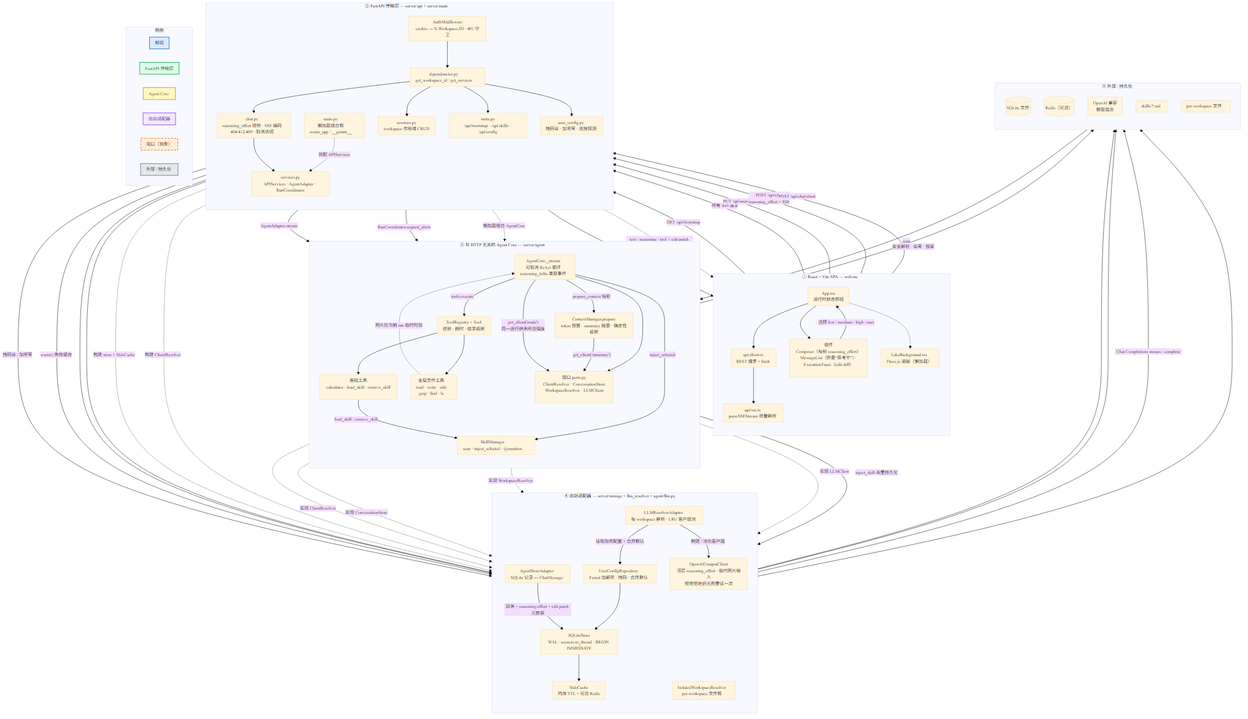
Before: docs/architecture.png, a diagram exported from Mermaid (QQYmake/wenqv). Its source is kept beside it as docs/architecture.mmd.
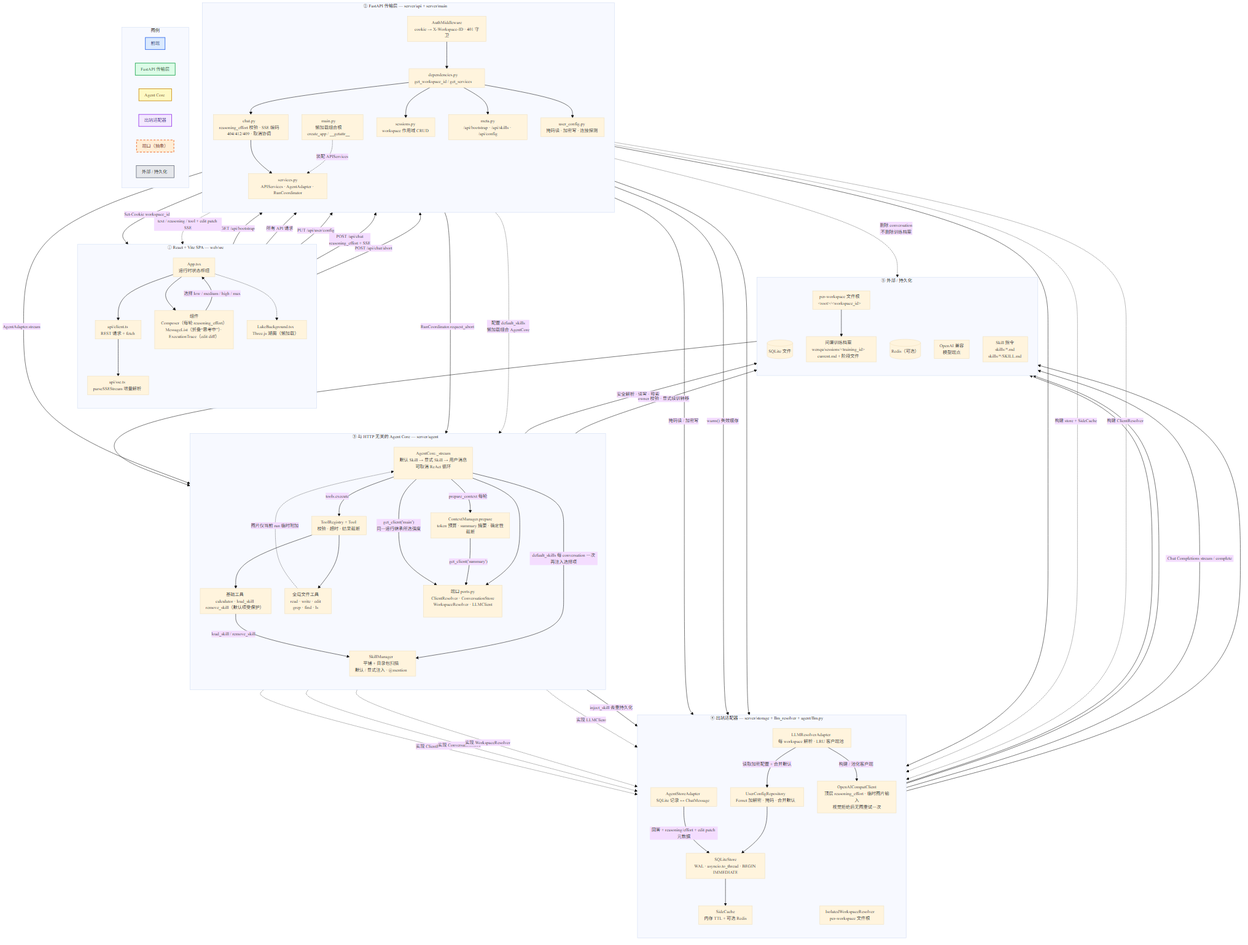
After the change.

Change to the diagram source:
```diff
@@ -30,11 +30,11 @@
 
     subgraph CORE["③ 与 HTTP 无关的 Agent Core — server/agent"]
         direction TB
-        ACORE["AgentCore._stream<br/>可取消 ReAct 循环<br/>reasoning_delta 类型事件"]
+        ACORE["AgentCore._stream<br/>默认 Skill → 显式 Skill → 用户消息<br/>可取消 ReAct 循环"]
         CTX["ContextManager.prepare<br/>token 预算 · summary 摘要 · 确定性截断"]
-        SKILL["SkillManager<br/>scan · inject_selected · @mention"]
+        SKILL["SkillManager<br/>平铺 + 目录包扫描<br/>默认 / 显式注入 · @mention"]
         REG["ToolRegistry + Tool<br/>校验 · 超时 · 结果截断"]
-        TOOLS["基础工具<br/>calculator · load_skill · remove_skill"]
+        TOOLS["基础工具<br/>calculator · load_skill<br/>remove_skill（默认项受保护）"]
         FILETOOLS["全局文件工具<br/>read · write · edit<br/>grep · find · ls"]
         PORTS["端口 ports.py<br/>ClientResolver · ConversationStore<br/>WorkspaceResolver · LLMClient"]
     end
@@ -55,8 +55,9 @@
         DB[("SQLite 文件")]
         REDIS[("Redis（可选）")]
         REMOTE["OpenAI 兼容<br/>模型端点"]
-        SKILLFILES["skills/*.md"]
-        WFILES["per-workspace 文件"]
+        SKILLFILES["Skill 指令<br/>skills/*.md<br/>skills/*/SKILL.md"]
+        WFILES["per-workspace 文件根<br/>&lt;root&gt;/&lt;workspace_id&gt;"]
+        WENQU["问渠训练档案<br/>wenqu/sessions/&lt;training_id&gt;<br/>current.md + 阶段文件"]
     end
 
     App --> APICLIENT
@@ -82,7 +83,7 @@
     SVC -->|"RunCoordinator.request_abort"| ACORE
 
     ACORE -->|"prepare_context 每轮"| CTX
-    ACORE -->|"inject_selected"| SKILL
+    ACORE -->|"default_skills 每 conversation 一次<br/>再注入选择项"| SKILL
     ACORE -->|"tools.execute"| REG
     REG --> TOOLS & FILETOOLS
     ACORE --> PORTS
@@ -90,6 +91,7 @@
     ACORE -->|"get_client('main')<br/>同一运行继承所选强度"| PORTS
     TOOLS -->|"load_skill / remove_skill"| SKILL
     FILETOOLS -->|"安全解析 · 读写 · 搜索"| WFILES
+    FILETOOLS -->|"owner 校验 · 显式续训转移"| WENQU
     FILETOOLS -.->|"图片仅当前 run 临时附加"| ACORE
     SKILLFILES -->|"scan"| SKILL
 
@@ -111,11 +113,13 @@
     RESOLVER -->|"构建 / 池化客户端"| OAI
     OAI -->|"Chat Completions stream / complete"| REMOTE
     WRES --> WFILES
+    WFILES --> WENQU
+    SESSIONS -.->|"删除 conversation<br/>不删除训练档案"| WENQU
 
     MAIN -.->|"装配 APIServices"| SVC
     MAIN -.->|"构建 store + SideCache"| SQLITE
     MAIN -.->|"构建 ClientResolver"| RESOLVER
-    MAIN -.->|"懒加载组合 AgentCore"| ACORE
+    MAIN -.->|"配置 default_skills<br/>懒加载组合 AgentCore"| ACORE
 
     subgraph LEGEND["图例"]
         L1["前端"]:::client
```
